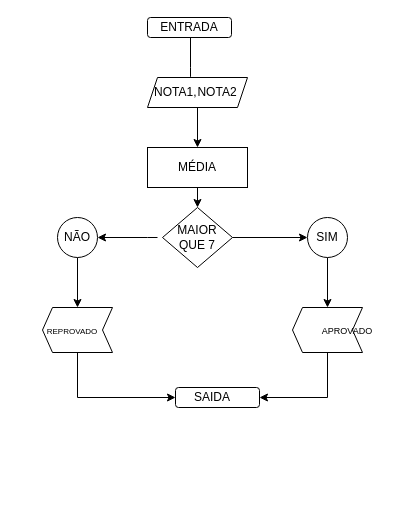
Earlier version of the draw.io diagram page "Page-1" (1 of 2) of Untitled Diagram.drawio (jessicamocatto/Portifolio). Source tidied: cells renumbered, new cells numbered last; positions are measured from the earlier drawing's top-left corner, leaving out a move shared by most shapes. Both pictures are drawn from the tidied source at 100%, with x=0, y=0 at pixel (37, 17).
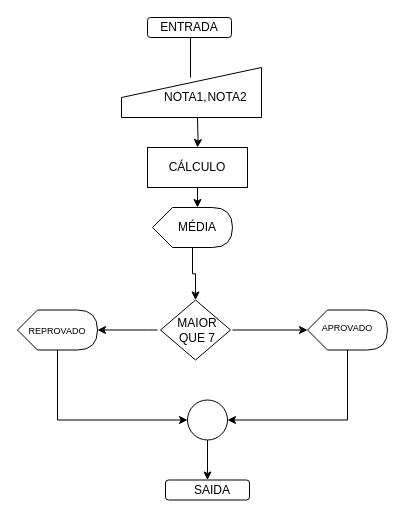
Above is the later version.

The change refers to these unchanged cells:
```xml
<mxCell id="10" style="rounded=0;whiteSpace=wrap;html=1;" parent="1" vertex="1">
  <mxGeometry x="110" y="130" width="100" height="40" as="geometry" />
</mxCell>
```

What changed in the source:
```diff
@@
+    <mxCell id="30" style="shape=display;whiteSpace=wrap;html=1;" parent="1" vertex="1">
+      <mxGeometry x="-20" y="292.5" width="80" height="40" as="geometry" />
+    </mxCell>
+    <mxCell id="31" style="edgeStyle=orthogonalEdgeStyle;rounded=0;jettySize=auto;html=1;exitX=0;exitY=0;exitDx=40;exitDy=40;exitPerimeter=0;entryX=1;entryY=0.5;entryDx=0;entryDy=0;" parent="1" edge="1" source="32" target="39">
+      <mxGeometry relative="1" as="geometry" />
+    </mxCell>
+    <mxCell id="32" style="shape=display;whiteSpace=wrap;html=1;" parent="1" vertex="1">
+      <mxGeometry x="270" y="292.5" width="80" height="40" as="geometry" />
+    </mxCell>
+    <mxCell id="33" style="edgeStyle=orthogonalEdgeStyle;rounded=0;jettySize=auto;html=1;exitX=0;exitY=0;exitDx=40;exitDy=40;exitPerimeter=0;entryX=0.5;entryY=0;entryDx=0;entryDy=0;" parent="1" edge="1" source="34" target="13">
+      <mxGeometry relative="1" as="geometry" />
+    </mxCell>
+    <mxCell id="34" style="shape=display;whiteSpace=wrap;html=1;" parent="1" vertex="1">
+      <mxGeometry x="115" y="190" width="80" height="40" as="geometry" />
+    </mxCell>
+    <mxCell id="35" style="shape=manualInput;whiteSpace=wrap;html=1;" parent="1" vertex="1">
+      <mxGeometry x="84" y="50" width="140" height="50" as="geometry" />
+    </mxCell>
@@
     <mxCell id="3" style="endArrow=none;html=1;" parent="1" edge="1">
       <mxGeometry relative="1" as="geometry">
-        <mxPoint x="153" y="70" as="sourcePoint" />
+        <mxPoint x="153" y="60" as="sourcePoint" />
         <mxPoint x="153" y="20" as="targetPoint" />
         <Array as="points">
           <mxPoint x="153" y="60" />
         </Array>
       </mxGeometry>
     </mxCell>
-    <mxCell id="4" style="edgeStyle=orthogonalEdgeStyle;rounded=0;jettySize=auto;html=1;exitX=0.5;exitY=1;exitDx=0;exitDy=0;" parent="1" edge="1" source="5" target="10">
-      <mxGeometry relative="1" as="geometry" />
+    <mxCell id="4" style="edgeStyle=orthogonalEdgeStyle;rounded=0;jettySize=auto;html=1;" parent="1" edge="1" target="10">
+      <mxGeometry relative="1" as="geometry">
+        <mxPoint x="160" y="100" as="sourcePoint" />
+      </mxGeometry>
     </mxCell>
-    <mxCell id="5" style="shape=parallelogram;perimeter=parallelogramPerimeter;whiteSpace=wrap;html=1;fixedSize=1;size=10;" parent="1" vertex="1">
-      <mxGeometry x="110" y="60" width="100" height="30" as="geometry" />
-    </mxCell>
@@
     <mxCell id="7" value="NOTA1,&amp;nbsp;" style="text;html=1;strokeColor=none;fillColor=none;align=center;verticalAlign=middle;whiteSpace=wrap;rounded=0;" parent="1" vertex="1">
-      <mxGeometry x="120" y="65" width="40" height="20" as="geometry" />
+      <mxGeometry x="130" y="70" width="40" height="20" as="geometry" />
     </mxCell>
     <mxCell id="8" value="NOTA2" style="text;html=1;strokeColor=none;fillColor=none;align=center;verticalAlign=middle;whiteSpace=wrap;rounded=0;" parent="1" vertex="1">
-      <mxGeometry x="160" y="65" width="40" height="20" as="geometry" />
+      <mxGeometry x="170" y="70" width="40" height="20" as="geometry" />
     </mxCell>
@@
     <mxCell id="11" value="MÉDIA" style="text;html=1;strokeColor=none;fillColor=none;align=center;verticalAlign=middle;whiteSpace=wrap;rounded=0;" parent="1" vertex="1">
-      <mxGeometry x="140" y="140" width="40" height="20" as="geometry" />
+      <mxGeometry x="140" y="200" width="40" height="20" as="geometry" />
     </mxCell>
-    <mxCell id="12" style="edgeStyle=orthogonalEdgeStyle;rounded=0;jettySize=auto;html=1;" parent="1" edge="1" source="13" target="19">
-      <mxGeometry relative="1" as="geometry" />
+    <mxCell id="12" style="edgeStyle=orthogonalEdgeStyle;rounded=0;orthogonalLoop=1;jettySize=auto;html=1;" parent="1" edge="1">
+      <mxGeometry relative="1" as="geometry">
+        <mxPoint x="195" y="312.5" as="sourcePoint" />
+        <mxPoint x="270" y="312.5" as="targetPoint" />
+      </mxGeometry>
     </mxCell>
     <mxCell id="13" style="rhombus;whiteSpace=wrap;html=1;" parent="1" vertex="1">
-      <mxGeometry x="125" y="190" width="70" height="60" as="geometry" />
+      <mxGeometry x="123" y="282.5" width="70" height="60" as="geometry" />
     </mxCell>
-    <mxCell id="14" style="edgeStyle=orthogonalEdgeStyle;rounded=0;jettySize=auto;html=1;" parent="1" edge="1" target="23">
+    <mxCell id="14" style="edgeStyle=orthogonalEdgeStyle;rounded=0;orthogonalLoop=1;jettySize=auto;html=1;" parent="1" edge="1">
       <mxGeometry relative="1" as="geometry">
-        <mxPoint x="120" y="220" as="sourcePoint" />
+        <mxPoint x="120" y="312.5" as="sourcePoint" />
+        <mxPoint x="60" y="312.5" as="targetPoint" />
         <Array as="points">
-          <mxPoint x="110" y="220" />
-          <mxPoint x="110" y="220" />
+          <mxPoint x="110" y="312.5" />
+          <mxPoint x="110" y="312.5" />
         </Array>
       </mxGeometry>
     </mxCell>
     <mxCell id="15" value="MAIOR QUE 7" style="text;html=1;strokeColor=none;fillColor=none;align=center;verticalAlign=middle;whiteSpace=wrap;rounded=0;" parent="1" vertex="1">
-      <mxGeometry x="140" y="210" width="40" height="20" as="geometry" />
+      <mxGeometry x="140" y="302.5" width="40" height="20" as="geometry" />
     </mxCell>
-    <mxCell id="16" style="edgeStyle=orthogonalEdgeStyle;rounded=0;jettySize=auto;html=1;exitX=0.5;exitY=0;exitDx=0;exitDy=0;entryX=1;entryY=0.5;entryDx=0;entryDy=0;" parent="1" edge="1" source="17" target="28">
-      <mxGeometry relative="1" as="geometry" />
-    </mxCell>
-    <mxCell id="17" style="shape=step;perimeter=stepPerimeter;whiteSpace=wrap;html=1;fixedSize=1;direction=west;size=10;" parent="1" vertex="1">
-      <mxGeometry x="255" y="290" width="70" height="45" as="geometry" />
-    </mxCell>
-    <mxCell id="18" style="edgeStyle=orthogonalEdgeStyle;rounded=0;jettySize=auto;html=1;" parent="1" edge="1" source="19" target="17">
-      <mxGeometry relative="1" as="geometry" />
-    </mxCell>
-    <mxCell id="19" style="ellipse;whiteSpace=wrap;html=1;" parent="1" vertex="1">
-      <mxGeometry x="270" y="200" width="40" height="40" as="geometry" />
-    </mxCell>
-    <mxCell id="20" value="SIM" style="text;html=1;strokeColor=none;fillColor=none;align=center;verticalAlign=middle;whiteSpace=wrap;rounded=0;" parent="1" vertex="1">
-      <mxGeometry x="270" y="210" width="40" height="20" as="geometry" />
-    </mxCell>
     <mxCell id="21" value="&lt;font style=&quot;font-size: 9px&quot;&gt;APROVADO&lt;/font&gt;" style="text;html=1;strokeColor=none;fillColor=none;align=center;verticalAlign=middle;whiteSpace=wrap;rounded=0;" parent="1" vertex="1">
-      <mxGeometry x="270" y="302.5" width="80" height="20" as="geometry" />
+      <mxGeometry x="270" y="300" width="80" height="20" as="geometry" />
     </mxCell>
-    <mxCell id="22" style="edgeStyle=orthogonalEdgeStyle;rounded=0;jettySize=auto;html=1;" parent="1" edge="1" source="23" target="25">
-      <mxGeometry relative="1" as="geometry" />
-    </mxCell>
-    <mxCell id="23" style="ellipse;whiteSpace=wrap;html=1;" parent="1" vertex="1">
-      <mxGeometry x="20" y="200" width="40" height="40" as="geometry" />
-    </mxCell>
-    <mxCell id="24" style="edgeStyle=orthogonalEdgeStyle;rounded=0;jettySize=auto;html=1;exitX=0.5;exitY=0;exitDx=0;exitDy=0;entryX=0;entryY=0.5;entryDx=0;entryDy=0;" parent="1" edge="1" source="25" target="28">
-      <mxGeometry relative="1" as="geometry" />
-    </mxCell>
-    <mxCell id="25" style="shape=step;perimeter=stepPerimeter;whiteSpace=wrap;html=1;fixedSize=1;direction=west;size=10;" parent="1" vertex="1">
-      <mxGeometry x="5" y="290" width="70" height="45" as="geometry" />
-    </mxCell>
-    <mxCell id="26" value="NÃO" style="text;html=1;strokeColor=none;fillColor=none;align=center;verticalAlign=middle;whiteSpace=wrap;rounded=0;" parent="1" vertex="1">
-      <mxGeometry x="20" y="210" width="40" height="20" as="geometry" />
-    </mxCell>
+    <mxCell id="36" style="edgeStyle=orthogonalEdgeStyle;rounded=0;jettySize=auto;html=1;entryX=0;entryY=0.5;entryDx=0;entryDy=0;exitX=0;exitY=0;exitDx=40;exitDy=40;exitPerimeter=0;" parent="1" edge="1" source="30" target="39">
+      <mxGeometry relative="1" as="geometry" />
+    </mxCell>
-    <mxCell id="27" value="&lt;font style=&quot;font-size: 8px&quot;&gt;REPROVADO&lt;/font&gt;" style="text;html=1;strokeColor=none;fillColor=none;align=center;verticalAlign=middle;whiteSpace=wrap;rounded=0;" parent="1" vertex="1">
-      <mxGeometry y="302.5" width="70" height="20" as="geometry" />
+    <mxCell id="27" value="&lt;font style=&quot;font-size: 9px&quot;&gt;REPROVADO&lt;/font&gt;" style="text;html=1;strokeColor=none;fillColor=none;align=center;verticalAlign=middle;whiteSpace=wrap;rounded=0;" parent="1" vertex="1">
+      <mxGeometry x="-15" y="302.5" width="70" height="20" as="geometry" />
     </mxCell>
     <mxCell id="28" style="rounded=1;whiteSpace=wrap;html=1;" parent="1" vertex="1">
-      <mxGeometry x="138" y="370" width="84" height="20" as="geometry" />
+      <mxGeometry x="128" y="462.5" width="84" height="20" as="geometry" />
     </mxCell>
     <mxCell id="29" value="SAIDA" style="text;html=1;strokeColor=none;fillColor=none;align=center;verticalAlign=middle;whiteSpace=wrap;rounded=0;" parent="1" vertex="1">
-      <mxGeometry x="155" y="370" width="40" height="20" as="geometry" />
+      <mxGeometry x="155" y="462.5" width="40" height="20" as="geometry" />
     </mxCell>
+    <mxCell id="37" value="CÁLCULO" style="text;html=1;strokeColor=none;fillColor=none;align=center;verticalAlign=middle;whiteSpace=wrap;rounded=0;" parent="1" vertex="1">
+      <mxGeometry x="140" y="140" width="40" height="20" as="geometry" />
+    </mxCell>
+    <mxCell id="38" style="edgeStyle=orthogonalEdgeStyle;rounded=0;jettySize=auto;html=1;exitX=0.5;exitY=1;exitDx=0;exitDy=0;entryX=0.5;entryY=0;entryDx=0;entryDy=0;" parent="1" edge="1" source="39" target="28">
+      <mxGeometry relative="1" as="geometry" />
+    </mxCell>
+    <mxCell id="39" style="ellipse;whiteSpace=wrap;html=1;" parent="1" vertex="1">
+      <mxGeometry x="150" y="382.5" width="40" height="40" as="geometry" />
+    </mxCell>
```
